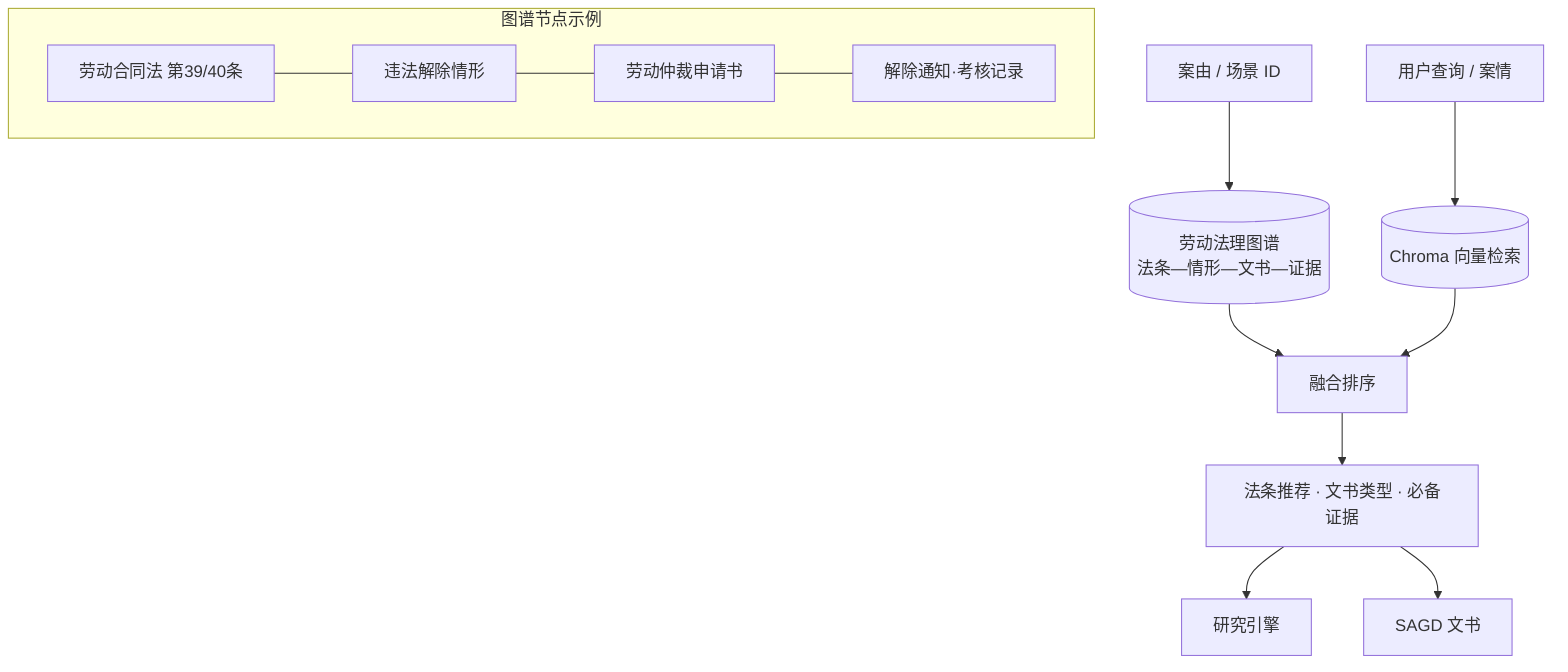
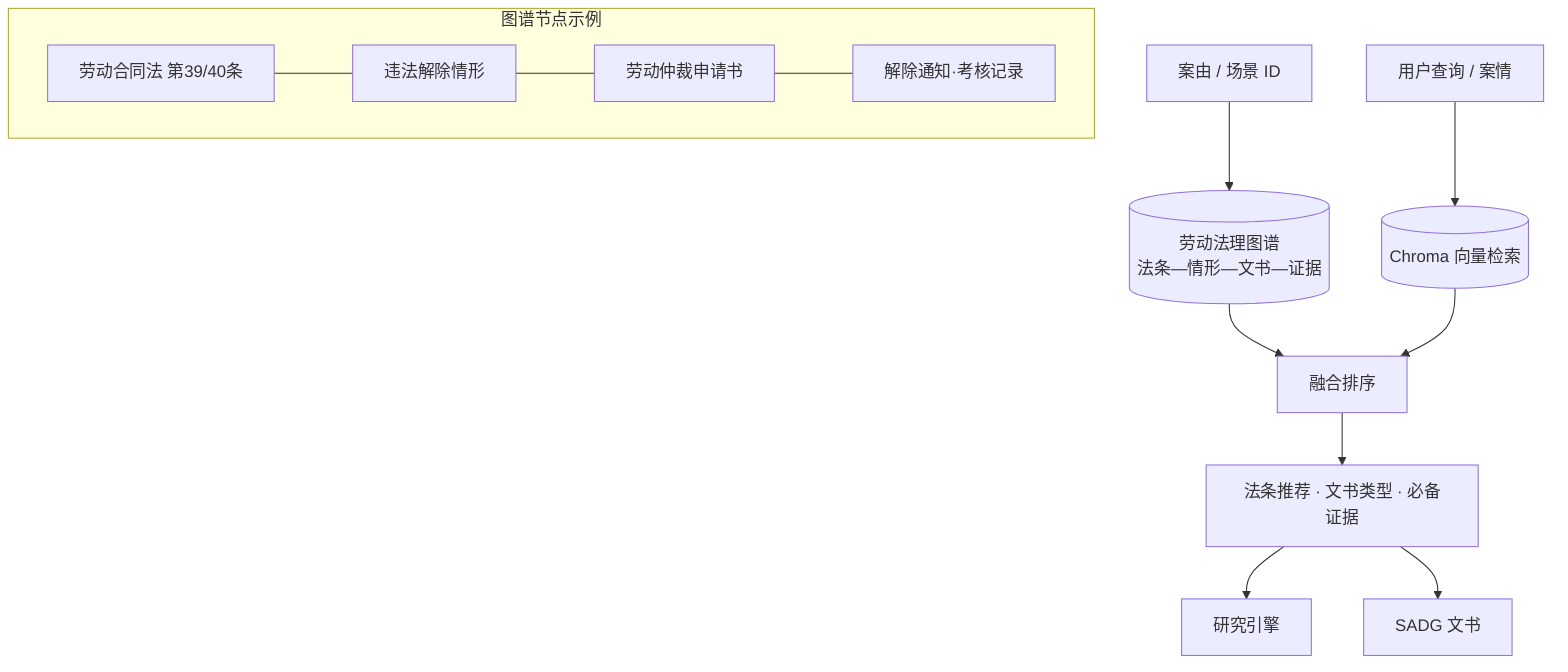
%% Graph-RAG 劳动法理图谱增强检索

flowchart TB
  CAUSE[案由 / 场景 ID] --> GRAPH[(劳动法理图谱\n法条—情形—文书—证据)]
  QUERY[用户查询 / 案情] --> VEC[(Chroma 向量检索)]
  GRAPH --> MERGE[融合排序]
  VEC --> MERGE
  MERGE --> RES[法条推荐 · 文书类型 · 必备证据]
  RES --> RESEARCH[研究引擎]
-   RES --> DOCGEN[SAGD 文书]
+   RES --> DOCGEN[SADG 文书]

  subgraph Nodes["图谱节点示例"]
    N1[劳动合同法 第39/40条]
    N2[违法解除情形]
    N3[劳动仲裁申请书]
    N4[解除通知·考核记录]
  end

  N1 --- N2 --- N3 --- N4
